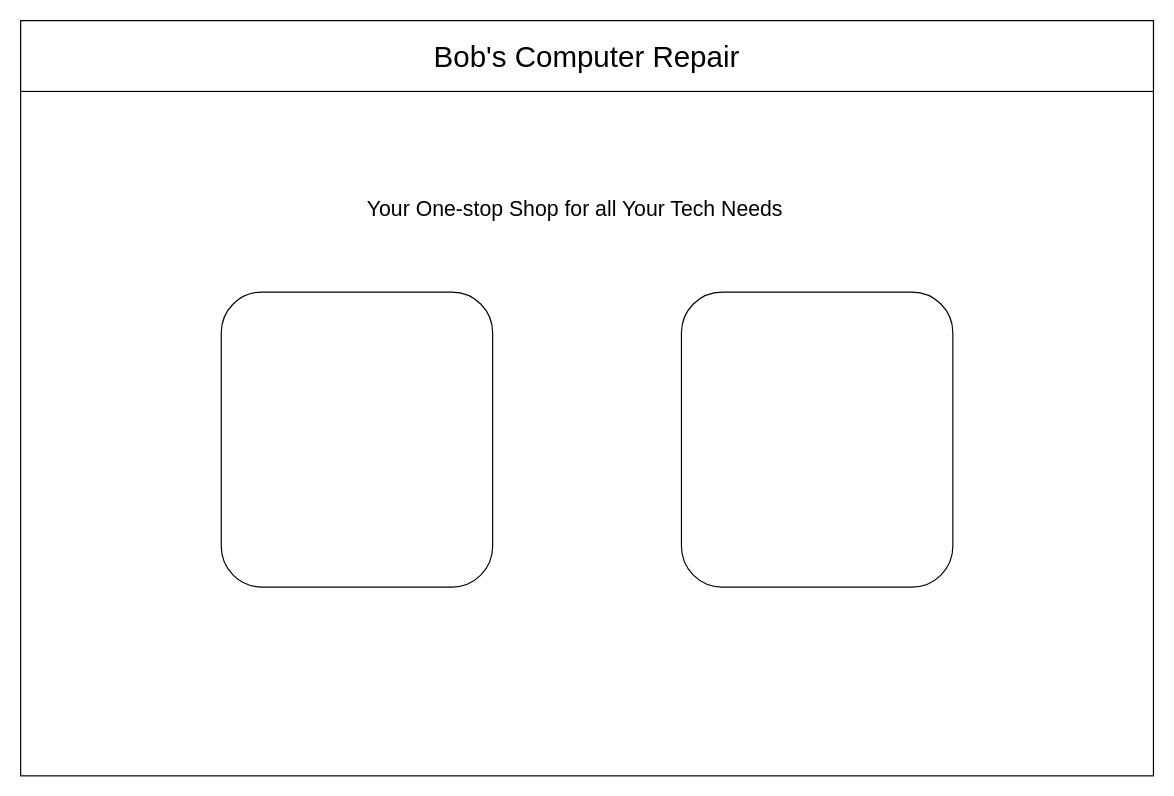
Before: web-425/7.4.drawio in joneskj55/wireframes, a draw.io diagram. Source tidied: cells renumbered, new cells numbered last; positions are measured from the earlier drawing's top-left corner, leaving out a move shared by most shapes. Both pictures are drawn from the tidied source at 118%, with x=0, y=0 at pixel (20, 20).
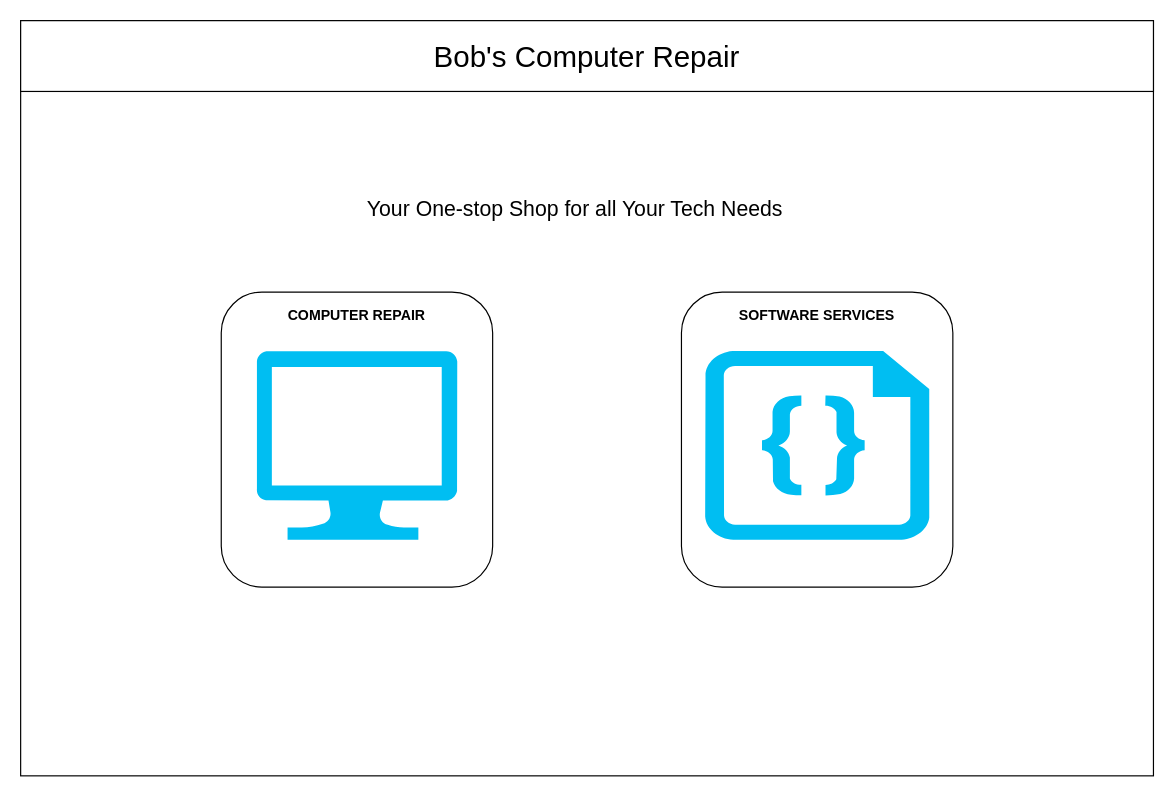
Above is the later version.

Commit message:
add home page images

Diff of the diagram source:
```diff
@@
 <mxGraphModel>
   <root>
     <mxCell id="0" />
     <mxCell id="1" parent="0" />
     <mxCell id="2" style="rounded=0;whiteSpace=wrap;html=1;" parent="1" vertex="1">
       <mxGeometry width="960" height="640" as="geometry" />
     </mxCell>
     <mxCell id="3" value="&lt;font style=&quot;font-size: 25px&quot;&gt;Bob's Computer Repair&lt;/font&gt;" style="rounded=0;whiteSpace=wrap;html=1;" parent="1" vertex="1">
       <mxGeometry width="960" height="60" as="geometry" />
     </mxCell>
     <mxCell id="4" value="&lt;font style=&quot;font-size: 18px&quot;&gt;Your One-stop Shop for all Your Tech Needs&lt;/font&gt;" style="text;html=1;strokeColor=none;fillColor=none;align=center;verticalAlign=middle;whiteSpace=wrap;rounded=0;" parent="1" vertex="1">
       <mxGeometry x="290" y="150" width="360" height="20" as="geometry" />
     </mxCell>
     <mxCell id="5" style="rounded=1;whiteSpace=wrap;html=1;" parent="1" vertex="1">
       <mxGeometry x="170" y="230" width="230" height="250" as="geometry" />
     </mxCell>
     <mxCell id="6" style="rounded=1;whiteSpace=wrap;html=1;" parent="1" vertex="1">
       <mxGeometry x="560" y="230" width="230" height="250" as="geometry" />
     </mxCell>
+    <mxCell id="7" style="verticalLabelPosition=bottom;html=1;verticalAlign=top;align=center;strokeColor=none;fillColor=#00BEF2;shape=mxgraph.azure.computer;" parent="1" vertex="1">
+      <mxGeometry x="200" y="280" width="170" height="160" as="geometry" />
+    </mxCell>
+    <mxCell id="8" style="verticalLabelPosition=bottom;html=1;verticalAlign=top;align=center;strokeColor=none;fillColor=#00BEF2;shape=mxgraph.azure.code_file;" parent="1" vertex="1">
+      <mxGeometry x="580" y="280" width="190" height="160" as="geometry" />
+    </mxCell>
+    <mxCell id="9" value="&lt;b&gt;COMPUTER REPAIR&lt;/b&gt;" style="text;html=1;strokeColor=none;fillColor=none;align=center;verticalAlign=middle;whiteSpace=wrap;rounded=0;" parent="1" vertex="1">
+      <mxGeometry x="225" y="240" width="120" height="20" as="geometry" />
+    </mxCell>
+    <mxCell id="10" value="&lt;b&gt;SOFTWARE SERVICES&lt;/b&gt;" style="text;html=1;strokeColor=none;fillColor=none;align=center;verticalAlign=middle;whiteSpace=wrap;rounded=0;" parent="1" vertex="1">
+      <mxGeometry x="600" y="240" width="150" height="20" as="geometry" />
+    </mxCell>
   </root>
 </mxGraphModel>
```
